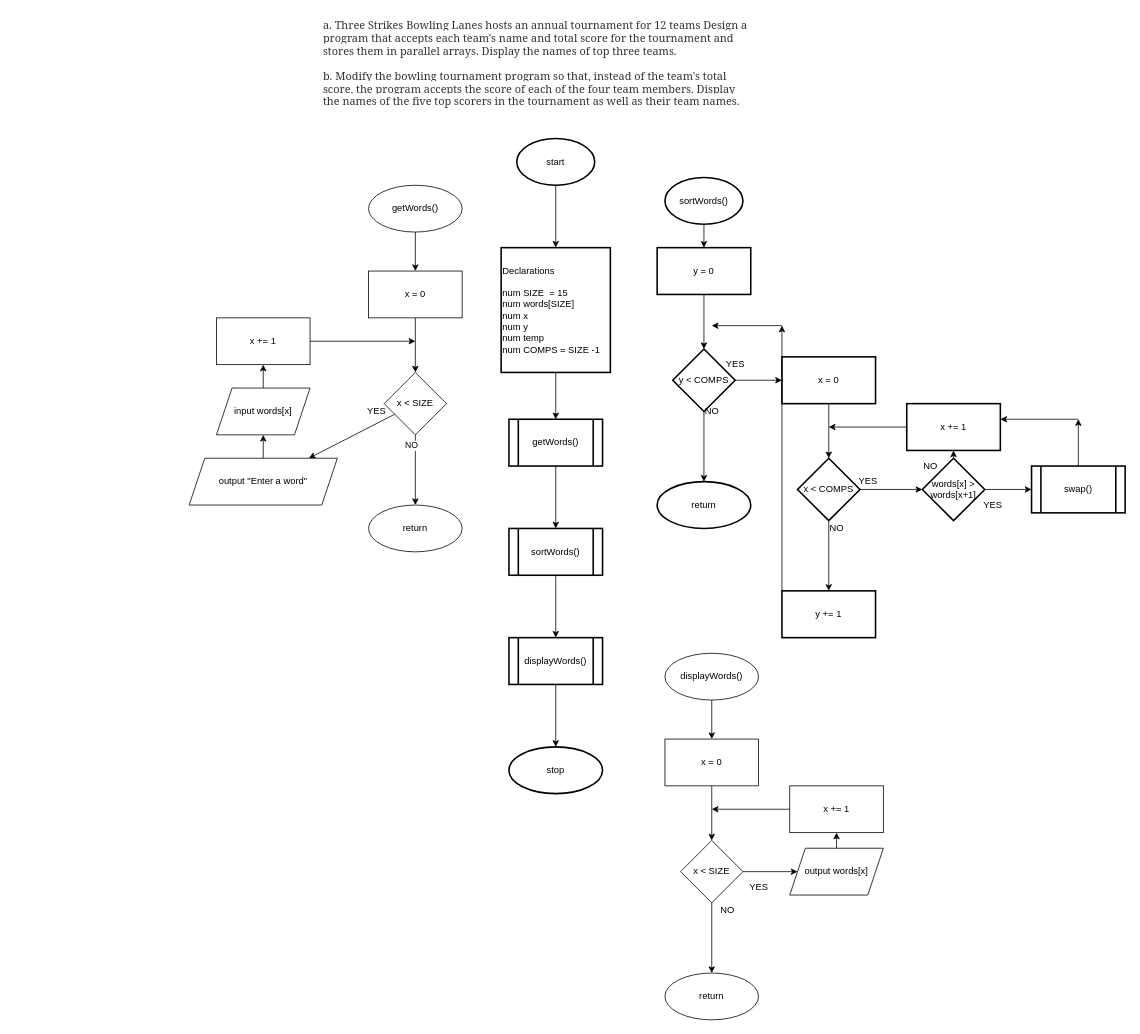
The draw.io diagram Problem Solving/3strikes.drawio in sweetrellish/python_work1, before the edit. Source tidied: cells renumbered, new cells numbered last; positions are measured from the earlier drawing's top-left corner, leaving out a move shared by most shapes. Both pictures are drawn from the tidied source at 78%, with x=0, y=0 at pixel (189, 13).
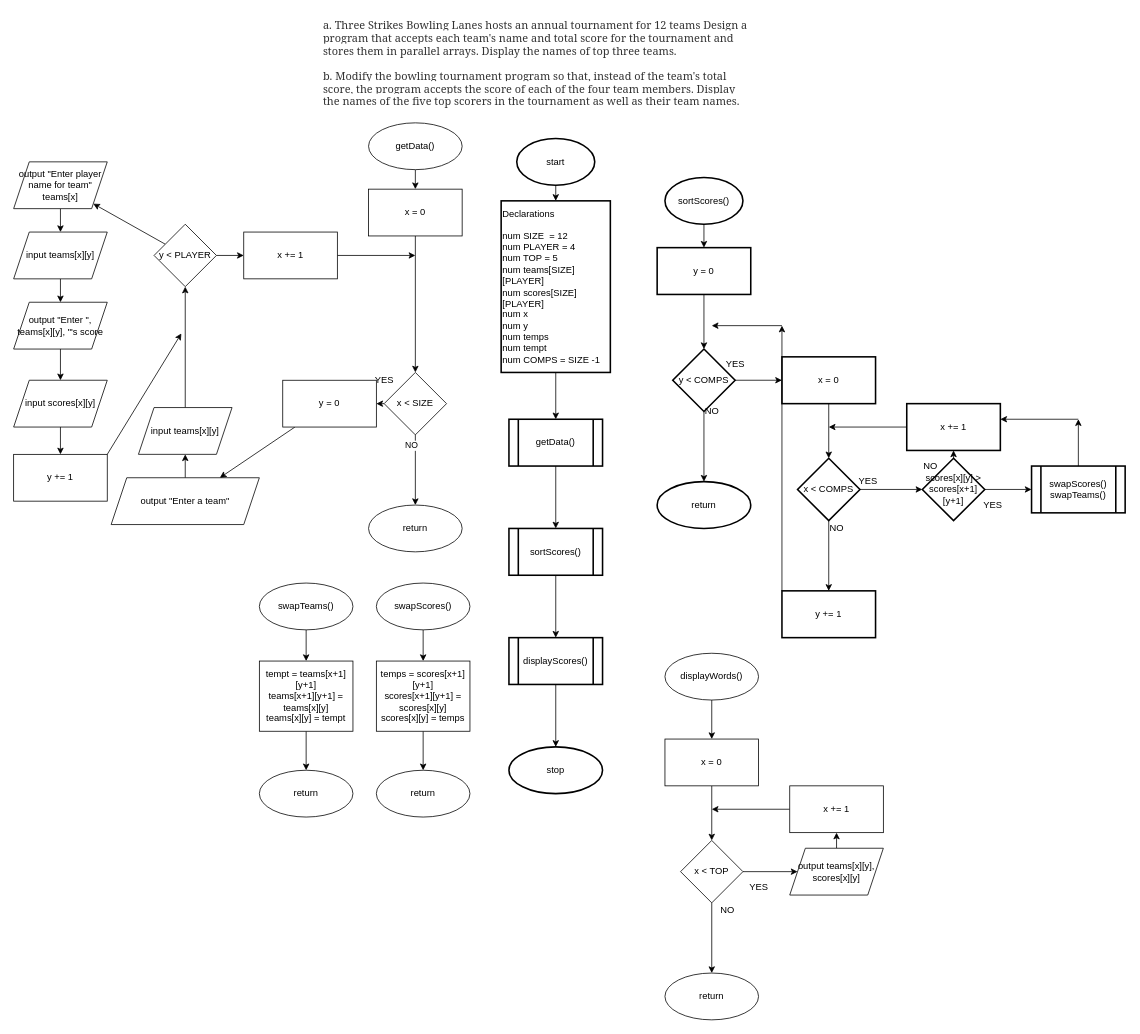
Above is the later version.

The change refers to these unchanged cells:
```xml
<mxCell id="21" value="x &amp;lt; SIZE" style="rhombus;whiteSpace=wrap;html=1;" parent="1" vertex="1">
  <mxGeometry x="250" y="460" width="80" height="80" as="geometry" />
</mxCell>
```

The edit, as a diff of the source:
```diff
@@
-    <mxCell id="6" value="Declarations&lt;br&gt;&lt;br&gt;num SIZE&amp;nbsp; = 15&lt;br&gt;num words[SIZE]&lt;br&gt;num x&amp;nbsp;&lt;br&gt;num y&amp;nbsp;&lt;br&gt;num temp&lt;br&gt;num COMPS = SIZE -1" style="whiteSpace=wrap;html=1;strokeWidth=2;align=left;" parent="1" vertex="1">
-      <mxGeometry x="400" y="300" width="140" height="160" as="geometry" />
+    <mxCell id="6" value="Declarations&lt;br&gt;&lt;br&gt;num SIZE&amp;nbsp; = 12&lt;br&gt;num PLAYER = 4&lt;br&gt;num TOP = 5&lt;br&gt;num teams[SIZE][PLAYER]&lt;br&gt;num scores[SIZE][PLAYER]&lt;br&gt;num x&amp;nbsp;&lt;br&gt;num y&amp;nbsp;&lt;br&gt;num temps&lt;br&gt;num tempt&lt;br&gt;num COMPS = SIZE -1" style="whiteSpace=wrap;html=1;strokeWidth=2;align=left;" parent="1" vertex="1">
+      <mxGeometry x="400" y="240" width="140" height="220" as="geometry" />
     </mxCell>
@@
-    <mxCell id="8" value="getWords()" style="shape=process;whiteSpace=wrap;html=1;backgroundOutline=1;align=center;strokeWidth=2;" parent="1" vertex="1">
+    <mxCell id="8" value="getData()" style="shape=process;whiteSpace=wrap;html=1;backgroundOutline=1;align=center;strokeWidth=2;" parent="1" vertex="1">
       <mxGeometry x="410" y="520" width="120" height="60" as="geometry" />
     </mxCell>
@@
-    <mxCell id="10" value="sortWords()" style="shape=process;whiteSpace=wrap;html=1;backgroundOutline=1;align=center;strokeWidth=2;" parent="1" vertex="1">
+    <mxCell id="10" value="sortScores()" style="shape=process;whiteSpace=wrap;html=1;backgroundOutline=1;align=center;strokeWidth=2;" parent="1" vertex="1">
       <mxGeometry x="410" y="660" width="120" height="60" as="geometry" />
     </mxCell>
@@
-    <mxCell id="12" value="displayWords()" style="shape=process;whiteSpace=wrap;html=1;backgroundOutline=1;align=center;strokeWidth=2;" parent="1" vertex="1">
+    <mxCell id="12" value="displayScores()" style="shape=process;whiteSpace=wrap;html=1;backgroundOutline=1;align=center;strokeWidth=2;" parent="1" vertex="1">
       <mxGeometry x="410" y="800" width="120" height="60" as="geometry" />
     </mxCell>
@@
-    <mxCell id="15" value="getWords()" style="ellipse;whiteSpace=wrap;html=1;" parent="1" vertex="1">
-      <mxGeometry x="230" y="220" width="120" height="60" as="geometry" />
+    <mxCell id="15" value="getData()" style="ellipse;whiteSpace=wrap;html=1;" parent="1" vertex="1">
+      <mxGeometry x="230" y="140" width="120" height="60" as="geometry" />
     </mxCell>
@@
     <mxCell id="17" value="x = 0" style="whiteSpace=wrap;html=1;" parent="1" vertex="1">
-      <mxGeometry x="230" y="330" width="120" height="60" as="geometry" />
+      <mxGeometry x="230" y="225" width="120" height="60" as="geometry" />
     </mxCell>
@@
-    <mxCell id="20" style="edgeStyle=none;html=1;" parent="1" edge="1" source="21" target="24">
-      <mxGeometry relative="1" as="geometry" />
-    </mxCell>
+    <mxCell id="74" style="edgeStyle=none;html=1;" parent="1" edge="1" source="21" target="91">
+      <mxGeometry relative="1" as="geometry" />
+    </mxCell>
@@
-    <mxCell id="24" value="output &quot;Enter a word&quot;" style="shape=parallelogram;perimeter=parallelogramPerimeter;whiteSpace=wrap;html=1;fixedSize=1;" parent="1" vertex="1">
-      <mxGeometry y="570" width="190" height="60" as="geometry" />
+    <mxCell id="24" value="output &quot;Enter a team&quot;" style="shape=parallelogram;perimeter=parallelogramPerimeter;whiteSpace=wrap;html=1;fixedSize=1;" parent="1" vertex="1">
+      <mxGeometry x="-100" y="595" width="190" height="60" as="geometry" />
     </mxCell>
-    <mxCell id="25" style="edgeStyle=none;html=1;" parent="1" edge="1" source="26" target="28">
-      <mxGeometry relative="1" as="geometry" />
-    </mxCell>
+    <mxCell id="75" style="edgeStyle=none;html=1;" parent="1" edge="1" source="26" target="94">
+      <mxGeometry relative="1" as="geometry" />
+    </mxCell>
-    <mxCell id="26" value="input words[x]" style="shape=parallelogram;perimeter=parallelogramPerimeter;whiteSpace=wrap;html=1;fixedSize=1;" parent="1" vertex="1">
-      <mxGeometry x="35" y="480" width="120" height="60" as="geometry" />
+    <mxCell id="26" value="input teams[x][y]" style="shape=parallelogram;perimeter=parallelogramPerimeter;whiteSpace=wrap;html=1;fixedSize=1;" parent="1" vertex="1">
+      <mxGeometry x="-65" y="505" width="120" height="60" as="geometry" />
     </mxCell>
-    <mxCell id="27" style="edgeStyle=none;html=1;exitX=1;exitY=0.5;exitDx=0;exitDy=0;" parent="1" edge="1" source="28">
-      <mxGeometry relative="1" as="geometry">
-        <mxPoint x="290" y="420" as="targetPoint" />
-      </mxGeometry>
-    </mxCell>
-    <mxCell id="28" value="x += 1" style="whiteSpace=wrap;html=1;" parent="1" vertex="1">
-      <mxGeometry x="35" y="390" width="120" height="60" as="geometry" />
-    </mxCell>
     <mxCell id="29" value="YES" style="text;html=1;align=center;verticalAlign=middle;strokeColor=none;fillColor=none;" parent="1" vertex="1">
-      <mxGeometry x="220" y="500" width="40" height="20" as="geometry" />
+      <mxGeometry x="230" y="460" width="40" height="20" as="geometry" />
     </mxCell>
@@
-    <mxCell id="31" value="sortWords()" style="strokeWidth=2;html=1;shape=mxgraph.flowchart.start_1;whiteSpace=wrap;" parent="1" vertex="1">
+    <mxCell id="31" value="sortScores()" style="strokeWidth=2;html=1;shape=mxgraph.flowchart.start_1;whiteSpace=wrap;" parent="1" vertex="1">
       <mxGeometry x="610" y="210" width="100" height="60" as="geometry" />
     </mxCell>
@@
-    <mxCell id="51" value="words[x] &amp;gt; words[x+1]" style="rhombus;whiteSpace=wrap;html=1;strokeWidth=2;" parent="1" vertex="1">
+    <mxCell id="51" value="scores[x][y] &amp;gt; scores[x+1][y+1]" style="rhombus;whiteSpace=wrap;html=1;strokeWidth=2;" parent="1" vertex="1">
       <mxGeometry x="940" y="570" width="80" height="80" as="geometry" />
     </mxCell>
@@
-    <mxCell id="54" value="swap()" style="shape=process;whiteSpace=wrap;html=1;backgroundOutline=1;strokeWidth=2;" parent="1" vertex="1">
+    <mxCell id="54" value="swapScores()&lt;br&gt;swapTeams()" style="shape=process;whiteSpace=wrap;html=1;backgroundOutline=1;strokeWidth=2;" parent="1" vertex="1">
       <mxGeometry x="1080" y="580" width="120" height="60" as="geometry" />
     </mxCell>
@@
-    <mxCell id="66" value="x &amp;lt; SIZE" style="rhombus;whiteSpace=wrap;html=1;" parent="1" vertex="1">
+    <mxCell id="66" value="x &amp;lt; TOP" style="rhombus;whiteSpace=wrap;html=1;" parent="1" vertex="1">
       <mxGeometry x="630" y="1060" width="80" height="80" as="geometry" />
     </mxCell>
@@
-    <mxCell id="70" value="output words[x]" style="shape=parallelogram;perimeter=parallelogramPerimeter;whiteSpace=wrap;html=1;fixedSize=1;" parent="1" vertex="1">
+    <mxCell id="70" value="output teams[x][y], scores[x][y]" style="shape=parallelogram;perimeter=parallelogramPerimeter;whiteSpace=wrap;html=1;fixedSize=1;" parent="1" vertex="1">
       <mxGeometry x="770" y="1070" width="120" height="60" as="geometry" />
     </mxCell>
@@
+    <mxCell id="76" style="edgeStyle=none;html=1;" parent="1" edge="1" source="77" target="79">
+      <mxGeometry relative="1" as="geometry" />
+    </mxCell>
+    <mxCell id="77" value="output &quot;Enter &quot;, teams[x][y], &quot;'s score" style="shape=parallelogram;perimeter=parallelogramPerimeter;whiteSpace=wrap;html=1;fixedSize=1;" parent="1" vertex="1">
+      <mxGeometry x="-225" y="370" width="120" height="60" as="geometry" />
+    </mxCell>
+    <mxCell id="78" style="edgeStyle=none;html=1;" parent="1" edge="1" source="79" target="101">
+      <mxGeometry relative="1" as="geometry" />
+    </mxCell>
+    <mxCell id="79" value="input scores[x][y]" style="shape=parallelogram;perimeter=parallelogramPerimeter;whiteSpace=wrap;html=1;fixedSize=1;" parent="1" vertex="1">
+      <mxGeometry x="-225" y="470" width="120" height="60" as="geometry" />
+    </mxCell>
+    <mxCell id="80" style="edgeStyle=none;html=1;" parent="1" edge="1" source="81" target="83">
+      <mxGeometry relative="1" as="geometry" />
+    </mxCell>
+    <mxCell id="81" value="swapScores()" style="ellipse;whiteSpace=wrap;html=1;" parent="1" vertex="1">
+      <mxGeometry x="240" y="730" width="120" height="60" as="geometry" />
+    </mxCell>
+    <mxCell id="82" style="edgeStyle=none;html=1;" parent="1" edge="1" source="83" target="84">
+      <mxGeometry relative="1" as="geometry" />
+    </mxCell>
+    <mxCell id="83" value="temps = scores[x+1][y+1]&lt;br&gt;scores[x+1][y+1] = scores[x][y]&lt;br&gt;scores[x][y] = temps" style="whiteSpace=wrap;html=1;" parent="1" vertex="1">
+      <mxGeometry x="240" y="830" width="120" height="90" as="geometry" />
+    </mxCell>
+    <mxCell id="84" value="return" style="ellipse;whiteSpace=wrap;html=1;" parent="1" vertex="1">
+      <mxGeometry x="240" y="970" width="120" height="60" as="geometry" />
+    </mxCell>
+    <mxCell id="85" style="edgeStyle=none;html=1;" parent="1" edge="1" source="86" target="88">
+      <mxGeometry relative="1" as="geometry" />
+    </mxCell>
+    <mxCell id="86" value="swapTeams()" style="ellipse;whiteSpace=wrap;html=1;" parent="1" vertex="1">
+      <mxGeometry x="90" y="730" width="120" height="60" as="geometry" />
+    </mxCell>
+    <mxCell id="87" style="edgeStyle=none;html=1;" parent="1" edge="1" source="88" target="89">
+      <mxGeometry relative="1" as="geometry" />
+    </mxCell>
+    <mxCell id="88" value="tempt = teams[x+1][y+1]&lt;br&gt;teams[x+1][y+1] = teams[x][y]&lt;br&gt;teams[x][y] = tempt" style="whiteSpace=wrap;html=1;" parent="1" vertex="1">
+      <mxGeometry x="90" y="830" width="120" height="90" as="geometry" />
+    </mxCell>
+    <mxCell id="89" value="return" style="ellipse;whiteSpace=wrap;html=1;" parent="1" vertex="1">
+      <mxGeometry x="90" y="970" width="120" height="60" as="geometry" />
+    </mxCell>
+    <mxCell id="90" style="edgeStyle=none;html=1;" parent="1" edge="1" source="91" target="24">
+      <mxGeometry relative="1" as="geometry" />
+    </mxCell>
+    <mxCell id="91" value="y = 0" style="whiteSpace=wrap;html=1;" parent="1" vertex="1">
+      <mxGeometry x="120" y="470" width="120" height="60" as="geometry" />
+    </mxCell>
+    <mxCell id="92" style="edgeStyle=none;html=1;" parent="1" edge="1" source="94" target="28">
+      <mxGeometry relative="1" as="geometry" />
+    </mxCell>
+    <mxCell id="93" style="edgeStyle=none;html=1;" parent="1" edge="1" source="94" target="97">
+      <mxGeometry relative="1" as="geometry" />
+    </mxCell>
+    <mxCell id="94" value="y &amp;lt; PLAYER" style="rhombus;whiteSpace=wrap;html=1;" parent="1" vertex="1">
+      <mxGeometry x="-45" y="270" width="80" height="80" as="geometry" />
+    </mxCell>
+    <mxCell id="95" style="edgeStyle=none;html=1;exitX=1;exitY=0.5;exitDx=0;exitDy=0;" parent="1" edge="1" source="28">
+      <mxGeometry relative="1" as="geometry">
+        <mxPoint x="290" y="310" as="targetPoint" />
+      </mxGeometry>
+    </mxCell>
+    <mxCell id="28" value="x += 1" style="whiteSpace=wrap;html=1;" parent="1" vertex="1">
+      <mxGeometry x="70" y="280" width="120" height="60" as="geometry" />
+    </mxCell>
+    <mxCell id="96" style="edgeStyle=none;html=1;" parent="1" edge="1" source="97" target="99">
+      <mxGeometry relative="1" as="geometry" />
+    </mxCell>
+    <mxCell id="97" value="output &quot;Enter player name for team&quot; teams[x]" style="shape=parallelogram;perimeter=parallelogramPerimeter;whiteSpace=wrap;html=1;fixedSize=1;" parent="1" vertex="1">
+      <mxGeometry x="-225" y="190" width="120" height="60" as="geometry" />
+    </mxCell>
+    <mxCell id="98" style="edgeStyle=none;html=1;" parent="1" edge="1" source="99" target="77">
+      <mxGeometry relative="1" as="geometry" />
+    </mxCell>
+    <mxCell id="99" value="input teams[x][y]" style="shape=parallelogram;perimeter=parallelogramPerimeter;whiteSpace=wrap;html=1;fixedSize=1;" parent="1" vertex="1">
+      <mxGeometry x="-225" y="280" width="120" height="60" as="geometry" />
+    </mxCell>
+    <mxCell id="100" style="edgeStyle=none;html=1;exitX=1;exitY=0;exitDx=0;exitDy=0;" parent="1" edge="1" source="101">
+      <mxGeometry relative="1" as="geometry">
+        <mxPoint x="-10" y="410" as="targetPoint" />
+      </mxGeometry>
+    </mxCell>
+    <mxCell id="101" value="y += 1" style="whiteSpace=wrap;html=1;" parent="1" vertex="1">
+      <mxGeometry x="-225" y="565" width="120" height="60" as="geometry" />
+    </mxCell>
```
